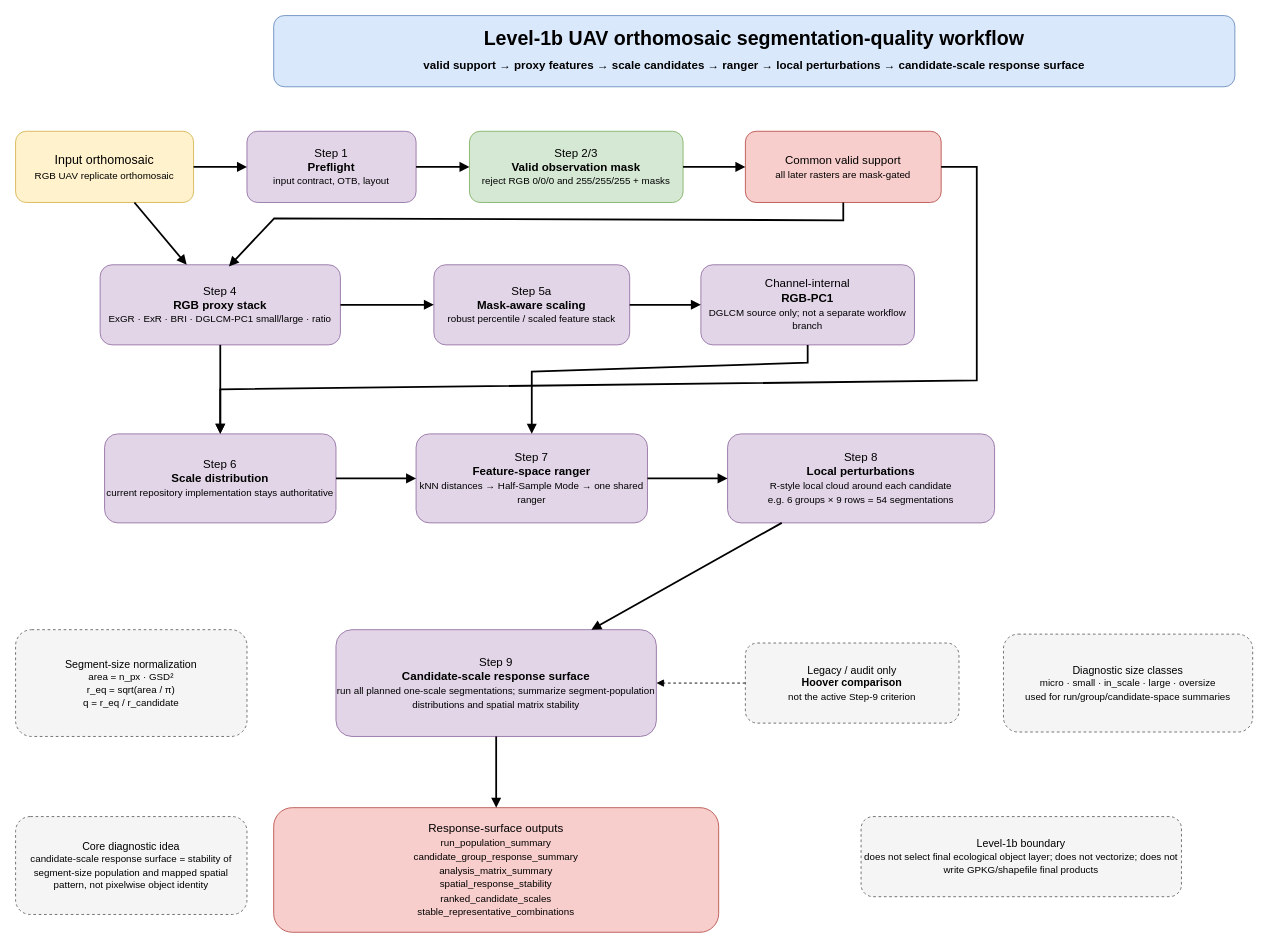
Earlier version of the draw.io diagram docs/figures/level1b_workflow_overview.drawio (gisma/metashape-qc-engine). Source tidied: cells renumbered, new cells numbered last; positions are measured from the earlier drawing's top-left corner, leaving out a move shared by most shapes. Both pictures are drawn from the tidied source at 89%, with x=0, y=0 at pixel (15, 15).
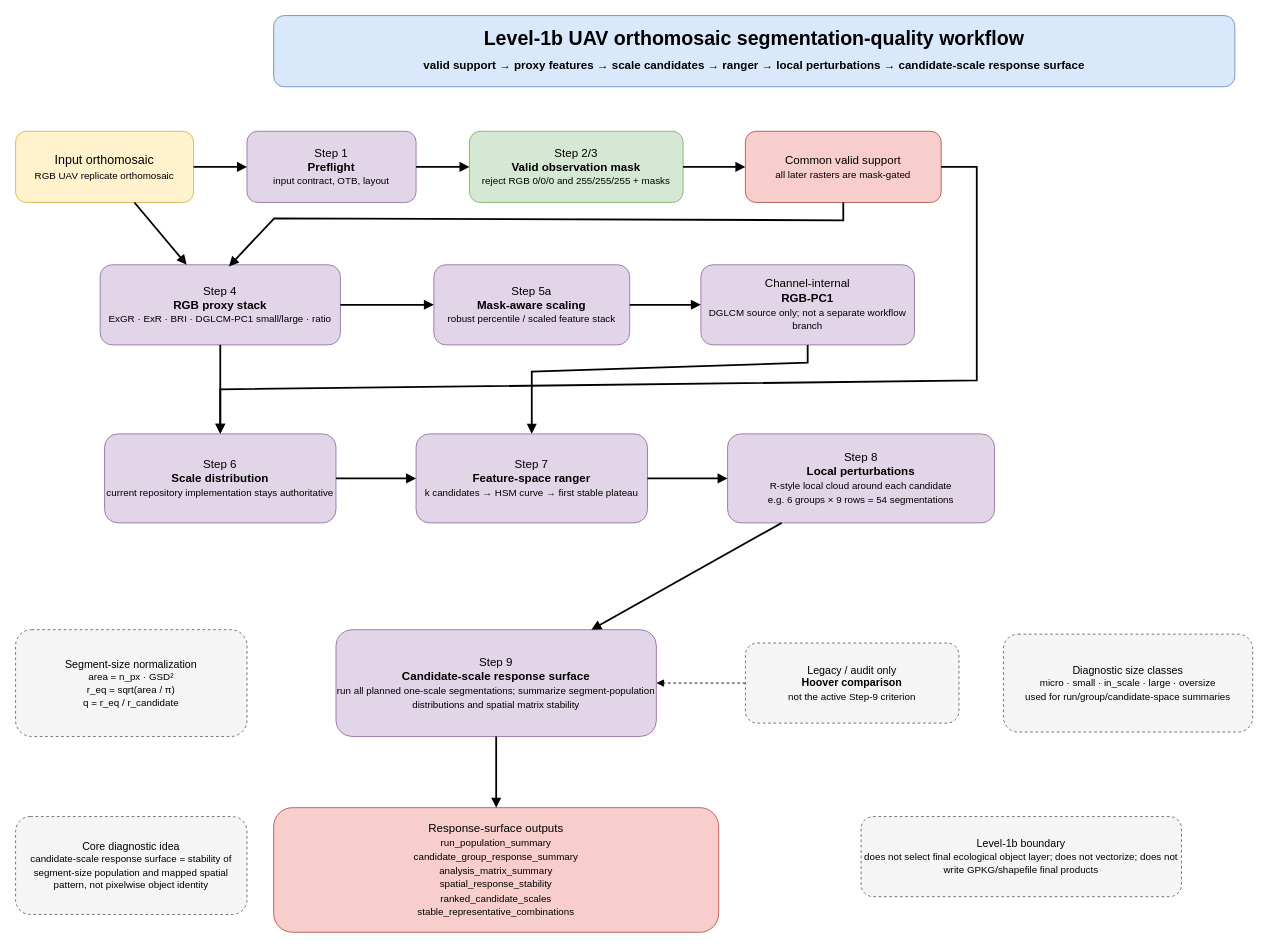
The same diagram, later.

Commit message (it also covers changes not shown here):
Select ranger neighbourhood from HSM plateau

The edit, as a diff of the source:
```diff
@@
-    <mxCell id="11" value="Step 7&lt;br&gt;&lt;b&gt;Feature-space ranger&lt;/b&gt;&lt;br&gt;&lt;font style='font-size: 11px'&gt;kNN distances → Half-Sample Mode → one shared ranger&lt;/font&gt;" style="rounded=1;whiteSpace=wrap;html=1;fillColor=#e1d5e7;strokeColor=#9673a6;fontSize=13;" parent="1" vertex="1">
+    <mxCell id="11" value="Step 7&lt;br&gt;&lt;b&gt;Feature-space ranger&lt;/b&gt;&lt;br&gt;&lt;font style='font-size: 11px'&gt;k candidates → HSM curve → first stable plateau&lt;/font&gt;" style="rounded=1;whiteSpace=wrap;html=1;fillColor=#e1d5e7;strokeColor=#9673a6;fontSize=13;" parent="1" vertex="1">
       <mxGeometry x="450" y="470" width="260" height="100" as="geometry" />
     </mxCell>
```
